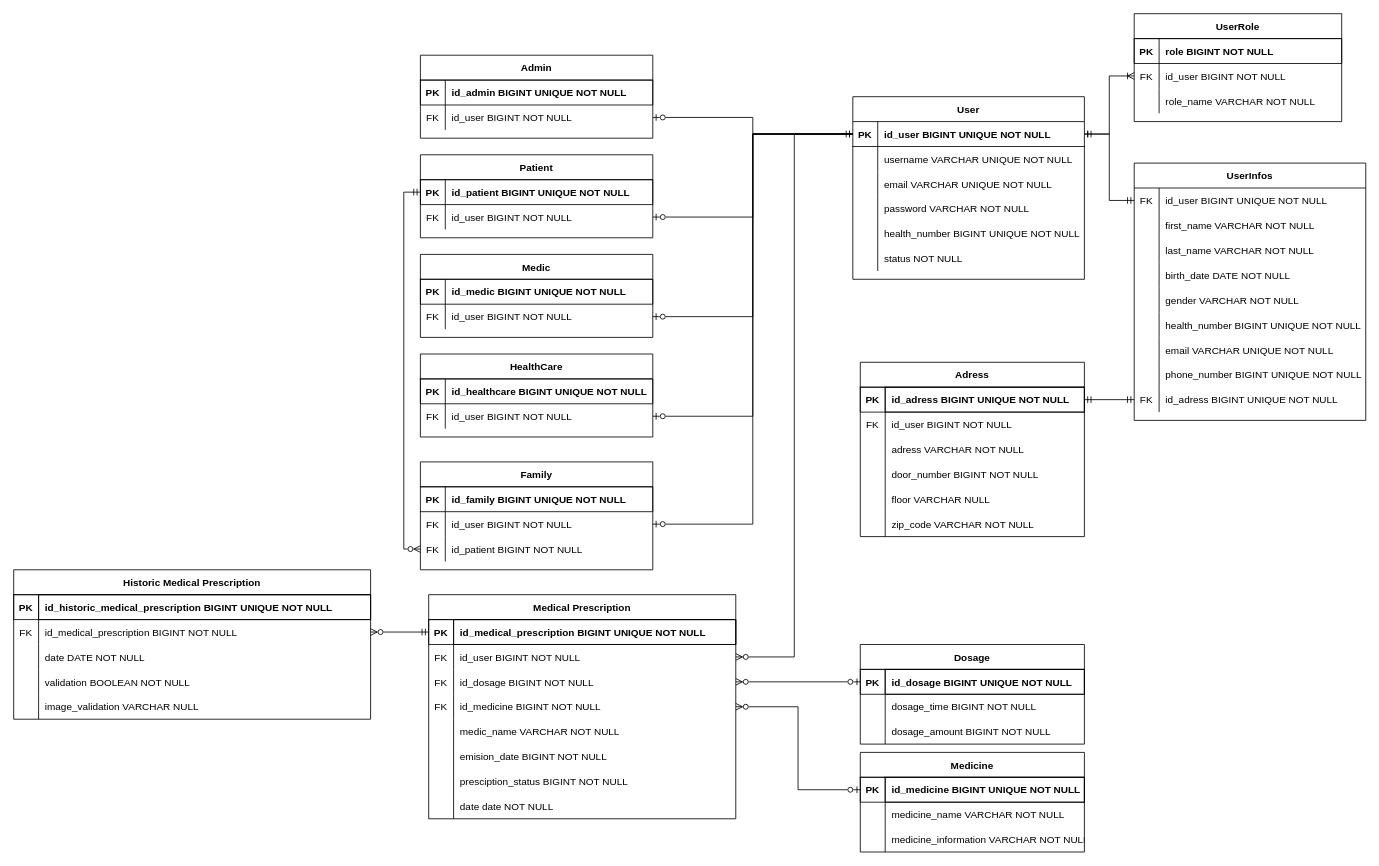
Zav04/MedAlert keeps this draw.io diagram as Documentação/Base de dados/ER.drawio. Above is the earlier version. Source tidied: cells renumbered, new cells numbered last; positions are measured from the earlier drawing's top-left corner, leaving out a move shared by most shapes. Both pictures are drawn from the tidied source at 83%, with x=0, y=0 at pixel (13, 13).
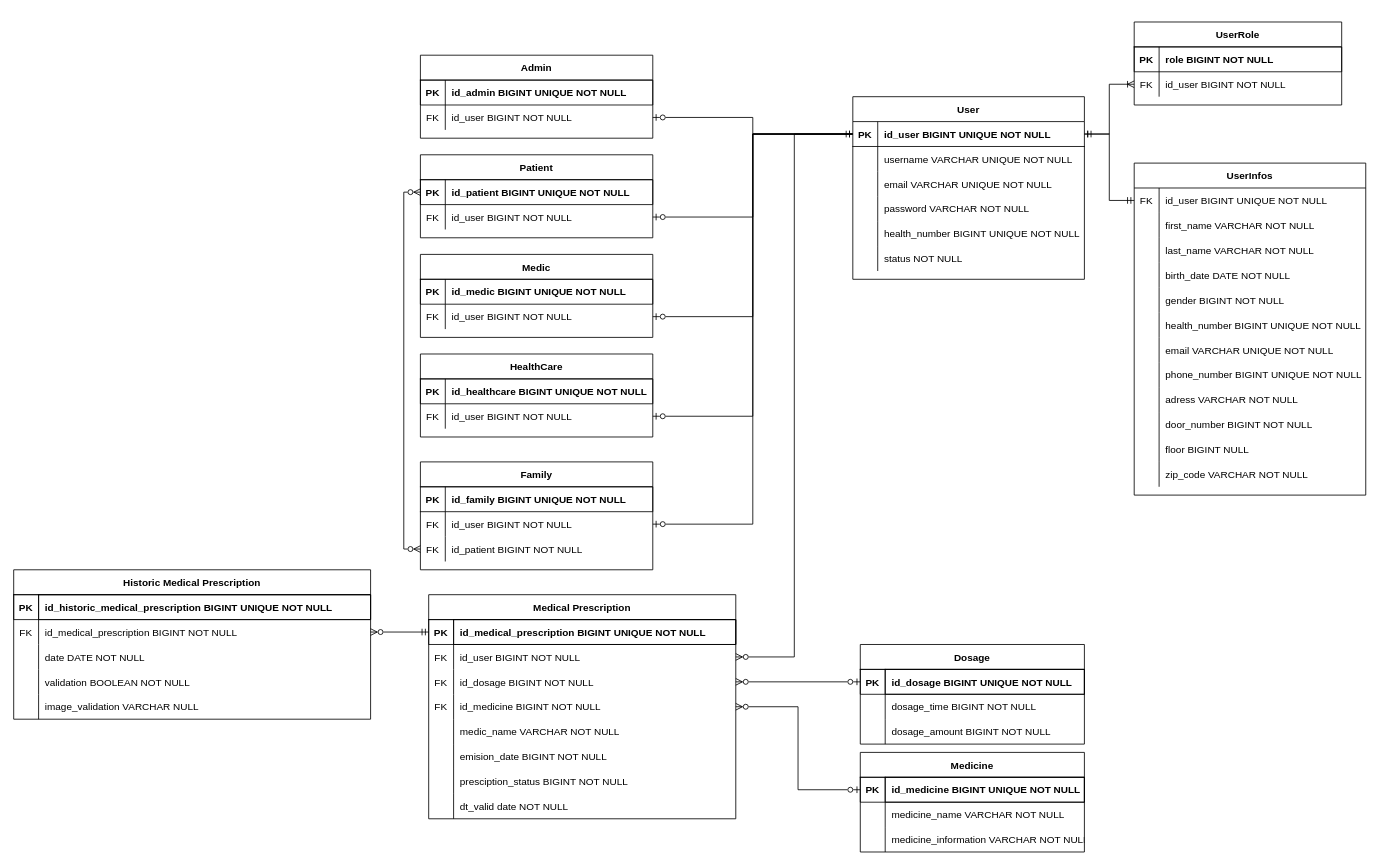
Above is the later version.

Unchanged cells that the change refers to:
```xml
<mxCell id="44" style="shape=partialRectangle;fillColor=none;top=0;left=0;right=0;bottom=0;" parent="31" vertex="1">
  <mxGeometry y="150" width="279" height="30" as="geometry" />
</mxCell>
<mxCell id="56" style="shape=partialRectangle;fillColor=none;points=[[0,0.5],[1,0.5]];portConstraint=eastwest;top=0;left=0;right=0;bottom=0;" parent="31" vertex="1">
  <mxGeometry y="270" width="279" height="30" as="geometry" />
</mxCell>
<mxCell id="89" style="shape=partialRectangle;fillColor=none;points=[[0,0.5],[1,0.5]];portConstraint=eastwest;top=1;left=1;right=1;bottom=1;fontStyle=1;" parent="88" vertex="1">
  <mxGeometry y="30" width="280" height="30" as="geometry" />
</mxCell>
<mxCell id="120" style="shape=partialRectangle;fillColor=none;points=[[0,0.5],[1,0.5]];portConstraint=eastwest;top=0;left=0;right=0;bottom=0;" parent="113" vertex="1">
  <mxGeometry y="90" width="280" height="30" as="geometry" />
</mxCell>
<mxCell id="146" style="shape=partialRectangle;fillColor=none;top=0;left=0;right=0;bottom=0;" parent="124" vertex="1">
  <mxGeometry y="240" width="370" height="30" as="geometry" />
</mxCell>
```

Diff of the diagram source:
```diff
@@
     <mxCell id="2" value="UserRole" style="shape=table;startSize=30;childLayout=tableLayout;rowLines=0;fontStyle=1;align=center;" parent="1" vertex="1">
-      <mxGeometry x="1350" width="250" height="130" as="geometry" />
+      <mxGeometry x="1350" y="10" width="250" height="100" as="geometry" />
     </mxCell>
@@
-    <mxCell id="9" style="shape=partialRectangle;fillColor=none;top=0;left=0;right=0;bottom=0;" parent="2" vertex="1">
-      <mxGeometry y="90" width="250" height="30" as="geometry" />
-    </mxCell>
-    <mxCell id="10" style="shape=partialRectangle;overflow=hidden;fillColor=none;top=0;left=0;bottom=0;right=0;" parent="9" vertex="1">
-      <mxGeometry width="30" height="30" as="geometry" />
-    </mxCell>
-    <mxCell id="11" value="role_name VARCHAR NOT NULL" style="shape=partialRectangle;overflow=hidden;fillColor=none;top=0;left=0;bottom=0;right=0;align=left;spacingLeft=6;" parent="9" vertex="1">
-      <mxGeometry x="30" width="220" height="30" as="geometry" />
-    </mxCell>
@@
     <mxCell id="31" value="UserInfos" style="shape=table;startSize=30;childLayout=tableLayout;rowLines=0;fontStyle=1;align=center;" parent="1" vertex="1">
-      <mxGeometry x="1350" y="180" width="279" height="310" as="geometry" />
+      <mxGeometry x="1350" y="180" width="279" height="400" as="geometry" />
     </mxCell>
@@
-    <mxCell id="46" value="gender VARCHAR NOT NULL" style="shape=partialRectangle;overflow=hidden;fillColor=none;top=0;left=0;bottom=0;right=0;align=left;spacingLeft=6;" parent="44" vertex="1">
+    <mxCell id="46" value="gender BIGINT NOT NULL" style="shape=partialRectangle;overflow=hidden;fillColor=none;top=0;left=0;bottom=0;right=0;align=left;spacingLeft=6;" parent="44" vertex="1">
       <mxGeometry x="30" width="249" height="30" as="geometry" />
     </mxCell>
@@
-    <mxCell id="57" value="FK" style="shape=partialRectangle;overflow=hidden;fillColor=none;top=0;left=0;bottom=0;right=0;" parent="56" vertex="1">
+    <mxCell id="57" style="shape=partialRectangle;overflow=hidden;fillColor=none;top=0;left=0;bottom=0;right=0;" parent="56" vertex="1">
       <mxGeometry width="30" height="30" as="geometry" />
     </mxCell>
-    <mxCell id="58" value="id_adress BIGINT UNIQUE NOT NULL" style="shape=partialRectangle;overflow=hidden;fillColor=none;top=0;left=0;bottom=0;right=0;align=left;spacingLeft=6;" parent="56" vertex="1">
+    <mxCell id="58" value="adress VARCHAR NOT NULL" style="shape=partialRectangle;overflow=hidden;fillColor=none;top=0;left=0;bottom=0;right=0;align=left;spacingLeft=6;" parent="56" vertex="1">
       <mxGeometry x="30" width="249" height="30" as="geometry" />
     </mxCell>
-    <mxCell id="59" value="Adress" style="shape=table;startSize=30;childLayout=tableLayout;rowLines=0;fontStyle=1;align=center;" parent="1" vertex="1">
-      <mxGeometry x="1020" y="420" width="270" height="210" as="geometry" />
-    </mxCell>
-    <mxCell id="60" style="shape=partialRectangle;fillColor=none;points=[[0,0.5],[1,0.5]];portConstraint=eastwest;top=1;left=1;right=1;bottom=1;" parent="59" vertex="1">
-      <mxGeometry y="30" width="270" height="30" as="geometry" />
-    </mxCell>
-    <mxCell id="61" value="PK" style="shape=partialRectangle;overflow=hidden;fillColor=none;top=0;left=0;bottom=0;right=0;fontStyle=1;" parent="60" vertex="1">
-      <mxGeometry width="30" height="30" as="geometry" />
-    </mxCell>
-    <mxCell id="62" value="id_adress BIGINT UNIQUE NOT NULL" style="shape=partialRectangle;overflow=hidden;fillColor=none;top=1;left=1;bottom=1;right=1;align=left;spacingLeft=6;fontStyle=1;" parent="60" vertex="1">
-      <mxGeometry x="30" width="240" height="30" as="geometry" />
-    </mxCell>
-    <mxCell id="63" style="shape=partialRectangle;fillColor=none;top=0;left=0;right=0;bottom=0;" parent="59" vertex="1">
-      <mxGeometry y="60" width="270" height="30" as="geometry" />
-    </mxCell>
-    <mxCell id="64" value="FK" style="shape=partialRectangle;overflow=hidden;fillColor=none;top=0;left=0;bottom=0;right=0;" parent="63" vertex="1">
-      <mxGeometry width="30" height="30" as="geometry" />
-    </mxCell>
-    <mxCell id="65" value="id_user BIGINT NOT NULL" style="shape=partialRectangle;overflow=hidden;fillColor=none;top=0;left=0;bottom=0;right=0;align=left;spacingLeft=6;" parent="63" vertex="1">
-      <mxGeometry x="30" width="240" height="30" as="geometry" />
-    </mxCell>
-    <mxCell id="66" style="shape=partialRectangle;fillColor=none;top=0;left=0;right=0;bottom=0;" parent="59" vertex="1">
-      <mxGeometry y="90" width="270" height="30" as="geometry" />
-    </mxCell>
-    <mxCell id="67" style="shape=partialRectangle;overflow=hidden;fillColor=none;top=0;left=0;bottom=0;right=0;" parent="66" vertex="1">
-      <mxGeometry width="30" height="30" as="geometry" />
-    </mxCell>
-    <mxCell id="68" value="adress VARCHAR NOT NULL" style="shape=partialRectangle;overflow=hidden;fillColor=none;top=0;left=0;bottom=0;right=0;align=left;spacingLeft=6;" parent="66" vertex="1">
-      <mxGeometry x="30" width="240" height="30" as="geometry" />
-    </mxCell>
-    <mxCell id="69" style="shape=partialRectangle;fillColor=none;top=0;left=0;right=0;bottom=0;" parent="59" vertex="1">
-      <mxGeometry y="120" width="270" height="30" as="geometry" />
-    </mxCell>
-    <mxCell id="70" style="shape=partialRectangle;overflow=hidden;fillColor=none;top=0;left=0;bottom=0;right=0;" parent="69" vertex="1">
-      <mxGeometry width="30" height="30" as="geometry" />
-    </mxCell>
+    <mxCell id="190" style="shape=partialRectangle;fillColor=none;top=0;left=0;right=0;bottom=0;" parent="31" vertex="1">
+      <mxGeometry y="300" width="279" height="30" as="geometry" />
+    </mxCell>
+    <mxCell id="191" style="shape=partialRectangle;overflow=hidden;fillColor=none;top=0;left=0;bottom=0;right=0;" parent="190" vertex="1">
+      <mxGeometry width="30" height="30" as="geometry" />
+    </mxCell>
-    <mxCell id="71" value="door_number BIGINT NOT NULL" style="shape=partialRectangle;overflow=hidden;fillColor=none;top=0;left=0;bottom=0;right=0;align=left;spacingLeft=6;" parent="69" vertex="1">
-      <mxGeometry x="30" width="240" height="30" as="geometry" />
+    <mxCell id="71" value="door_number BIGINT NOT NULL" style="shape=partialRectangle;overflow=hidden;fillColor=none;top=0;left=0;bottom=0;right=0;align=left;spacingLeft=6;" parent="190" vertex="1">
+      <mxGeometry x="30" width="249" height="30" as="geometry" />
     </mxCell>
-    <mxCell id="72" style="shape=partialRectangle;fillColor=none;top=0;left=0;right=0;bottom=0;" parent="59" vertex="1">
-      <mxGeometry y="150" width="270" height="30" as="geometry" />
-    </mxCell>
-    <mxCell id="73" style="shape=partialRectangle;overflow=hidden;fillColor=none;top=0;left=0;bottom=0;right=0;" parent="72" vertex="1">
-      <mxGeometry width="30" height="30" as="geometry" />
-    </mxCell>
-    <mxCell id="74" value="floor VARCHAR NULL" style="shape=partialRectangle;overflow=hidden;fillColor=none;top=0;left=0;bottom=0;right=0;align=left;spacingLeft=6;" parent="72" vertex="1">
-      <mxGeometry x="30" width="240" height="30" as="geometry" />
-    </mxCell>
-    <mxCell id="75" style="shape=partialRectangle;fillColor=none;top=0;left=0;right=0;bottom=0;" parent="59" vertex="1">
-      <mxGeometry y="180" width="270" height="30" as="geometry" />
-    </mxCell>
-    <mxCell id="76" style="shape=partialRectangle;overflow=hidden;fillColor=none;top=0;left=0;bottom=0;right=0;" parent="75" vertex="1">
-      <mxGeometry width="30" height="30" as="geometry" />
-    </mxCell>
+    <mxCell id="192" style="shape=partialRectangle;fillColor=none;top=0;left=0;right=0;bottom=0;" parent="31" vertex="1">
+      <mxGeometry y="330" width="279" height="30" as="geometry" />
+    </mxCell>
+    <mxCell id="193" style="shape=partialRectangle;overflow=hidden;fillColor=none;top=0;left=0;bottom=0;right=0;" parent="192" vertex="1">
+      <mxGeometry width="30" height="30" as="geometry" />
+    </mxCell>
+    <mxCell id="194" value="floor BIGINT NULL" style="shape=partialRectangle;overflow=hidden;fillColor=none;top=0;left=0;bottom=0;right=0;align=left;spacingLeft=6;" parent="192" vertex="1">
+      <mxGeometry x="30" width="249" height="30" as="geometry" />
+    </mxCell>
+    <mxCell id="195" style="shape=partialRectangle;fillColor=none;top=0;left=0;right=0;bottom=0;" parent="31" vertex="1">
+      <mxGeometry y="360" width="279" height="30" as="geometry" />
+    </mxCell>
+    <mxCell id="196" style="shape=partialRectangle;overflow=hidden;fillColor=none;top=0;left=0;bottom=0;right=0;" parent="195" vertex="1">
+      <mxGeometry width="30" height="30" as="geometry" />
+    </mxCell>
-    <mxCell id="77" value="zip_code VARCHAR NOT NULL" style="shape=partialRectangle;overflow=hidden;fillColor=none;top=0;left=0;bottom=0;right=0;align=left;spacingLeft=6;" parent="75" vertex="1">
-      <mxGeometry x="30" width="240" height="30" as="geometry" />
+    <mxCell id="77" value="zip_code VARCHAR NOT NULL" style="shape=partialRectangle;overflow=hidden;fillColor=none;top=0;left=0;bottom=0;right=0;align=left;spacingLeft=6;" parent="195" vertex="1">
+      <mxGeometry x="30" width="249" height="30" as="geometry" />
     </mxCell>
-    <mxCell id="78" style="edgeStyle=orthogonalEdgeStyle;rounded=0;jettySize=auto;html=1;exitX=1;exitY=0.5;exitDx=0;exitDy=0;entryX=0;entryY=0.5;entryDx=0;entryDy=0;startArrow=ERmandOne;startFill=0;endArrow=ERmandOne;endFill=0;" parent="1" edge="1" source="60" target="56">
-      <mxGeometry relative="1" as="geometry" />
-    </mxCell>
@@
-    <mxCell id="148" value="date date NOT NULL" style="shape=partialRectangle;overflow=hidden;fillColor=none;top=0;left=0;bottom=0;right=0;align=left;spacingLeft=6;" parent="146" vertex="1">
+    <mxCell id="148" value="dt_valid date NOT NULL" style="shape=partialRectangle;overflow=hidden;fillColor=none;top=0;left=0;bottom=0;right=0;align=left;spacingLeft=6;" parent="146" vertex="1">
       <mxGeometry x="30" width="340" height="30" as="geometry" />
     </mxCell>
@@
-    <mxCell id="189" style="edgeStyle=orthogonalEdgeStyle;rounded=0;jettySize=auto;html=1;exitX=0;exitY=0.5;exitDx=0;exitDy=0;entryX=0;entryY=0.5;entryDx=0;entryDy=0;startArrow=ERmandOne;startFill=0;endArrow=ERzeroToMany;endFill=0;" parent="1" edge="1" source="89" target="120">
+    <mxCell id="189" style="edgeStyle=orthogonalEdgeStyle;rounded=0;jettySize=auto;html=1;exitX=0;exitY=0.5;exitDx=0;exitDy=0;entryX=0;entryY=0.5;entryDx=0;entryDy=0;startArrow=ERzeroToMany;startFill=0;endArrow=ERzeroToMany;endFill=0;" parent="1" edge="1" source="89" target="120">
       <mxGeometry relative="1" as="geometry" />
     </mxCell>
```
